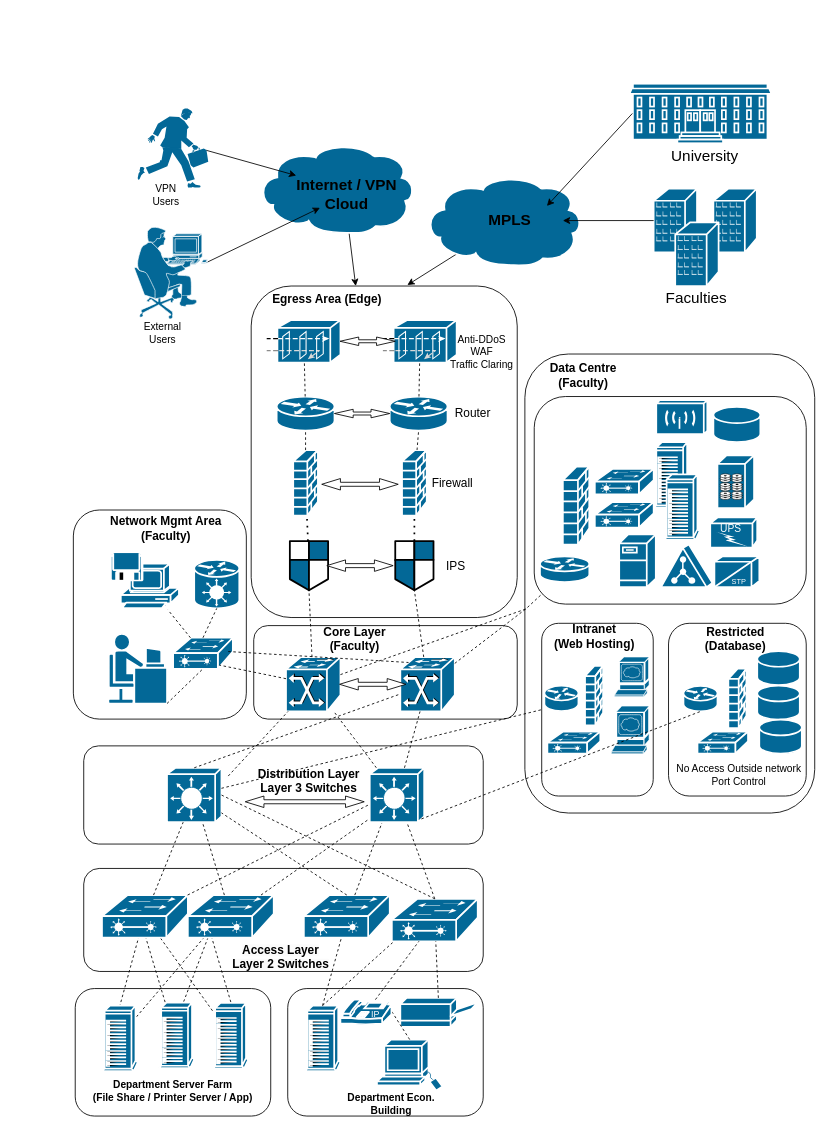
Earlier version of the draw.io diagram page "Scenario 2 - P2" (3 of 3) of Untitled Diagram.drawio (geekcu/design-drawing). Source tidied: cells renumbered, new cells numbered last; positions are measured from the earlier drawing's top-left corner, leaving out a move shared by most shapes. Both pictures are drawn from the tidied source at 85%, with x=0, y=0 at pixel (73, 83).
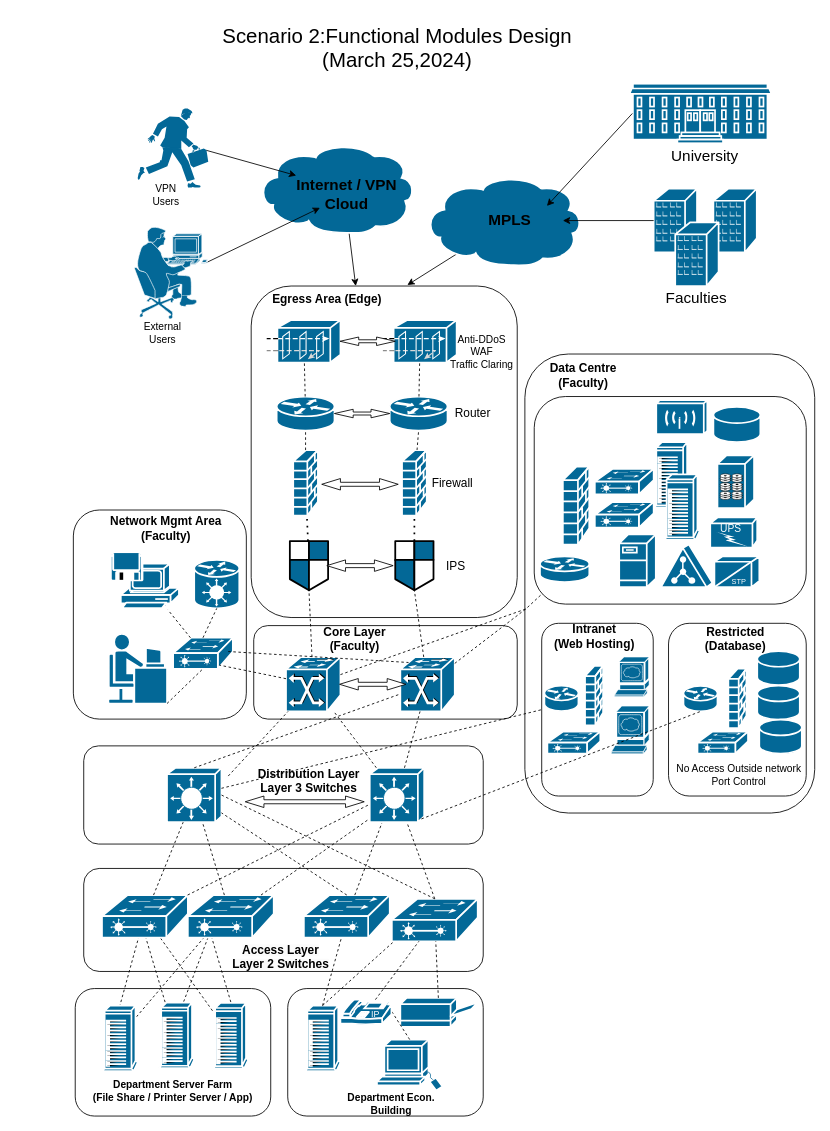
Above is the later version.

What changed in the source:
```diff
@@
+    <mxCell id="145" value="&lt;font style=&quot;font-size: 24px;&quot;&gt;Scenario 2:Functional Modules Design&lt;br&gt;(March 25,2024)&lt;/font&gt;" style="text;html=1;align=center;verticalAlign=middle;whiteSpace=wrap;rounded=0;" parent="1" vertex="1">
+      <mxGeometry x="-69.5" y="-81" width="900" height="78" as="geometry" />
+    </mxCell>
```
